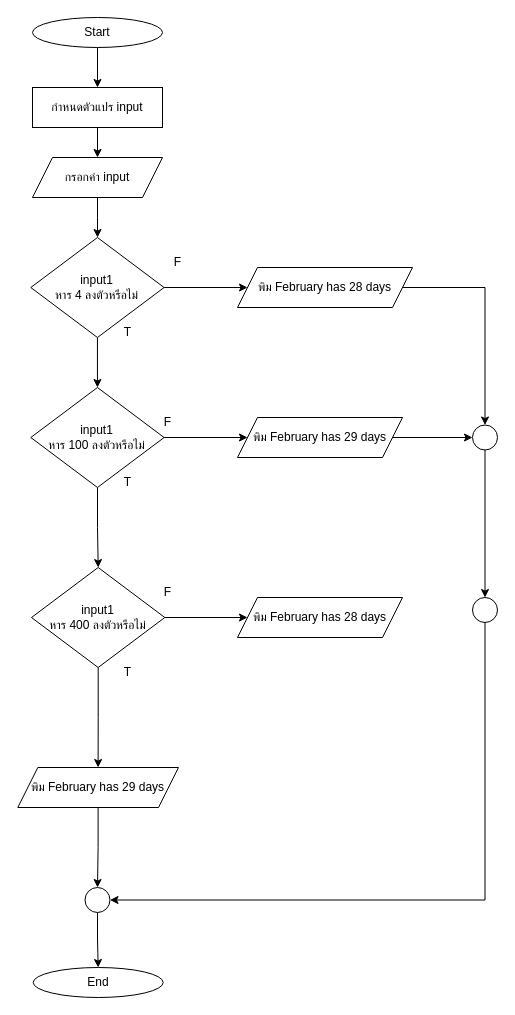
The draw.io diagram HW/HW05/hw05-7/hw05-7.drawio in aphiwat-window/ENGCE117, before the edit. Source tidied: cells renumbered, new cells numbered last; positions are measured from the earlier drawing's top-left corner, leaving out a move shared by most shapes. Both pictures are drawn from the tidied source at 100%, with x=0, y=0 at pixel (17, 17).
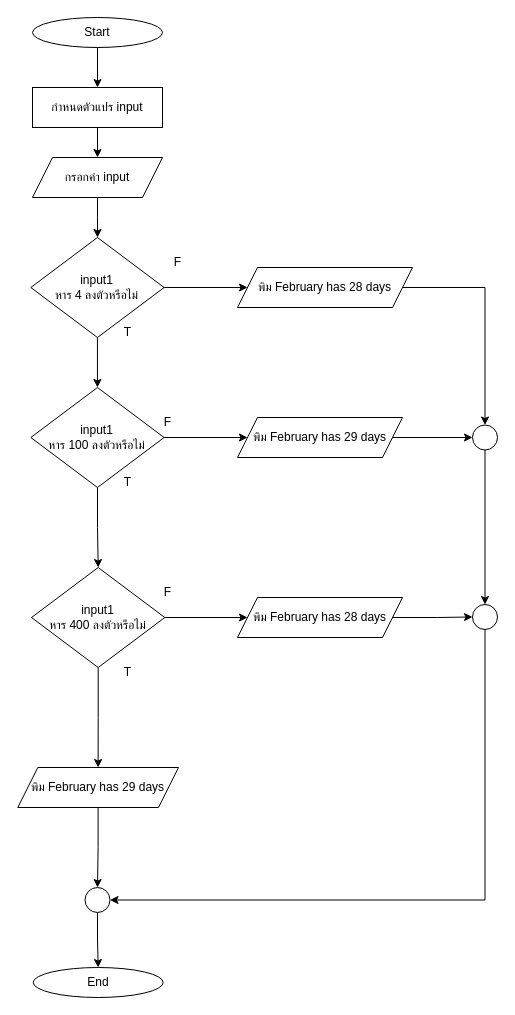
The same diagram, later.

The change refers to these unchanged cells:
```xml
<mxCell id="24" value="พิม&amp;nbsp;February has 28 days" style="shape=parallelogram;perimeter=parallelogramPerimeter;whiteSpace=wrap;html=1;fixedSize=1;" parent="1" vertex="1">
  <mxGeometry x="220" y="580" width="165" height="40" as="geometry" />
</mxCell>
```

Change to the diagram source:
```diff
@@
+    <mxCell id="37" style="edgeStyle=orthogonalEdgeStyle;rounded=0;jettySize=auto;html=1;" parent="1" edge="1" source="24" target="33">
+      <mxGeometry relative="1" as="geometry" />
+    </mxCell>
@@
     <mxCell id="33" style="ellipse;whiteSpace=wrap;html=1;" parent="1" vertex="1">
-      <mxGeometry x="455" y="580" width="25" height="25" as="geometry" />
+      <mxGeometry x="455" y="587" width="25" height="25" as="geometry" />
     </mxCell>
```
